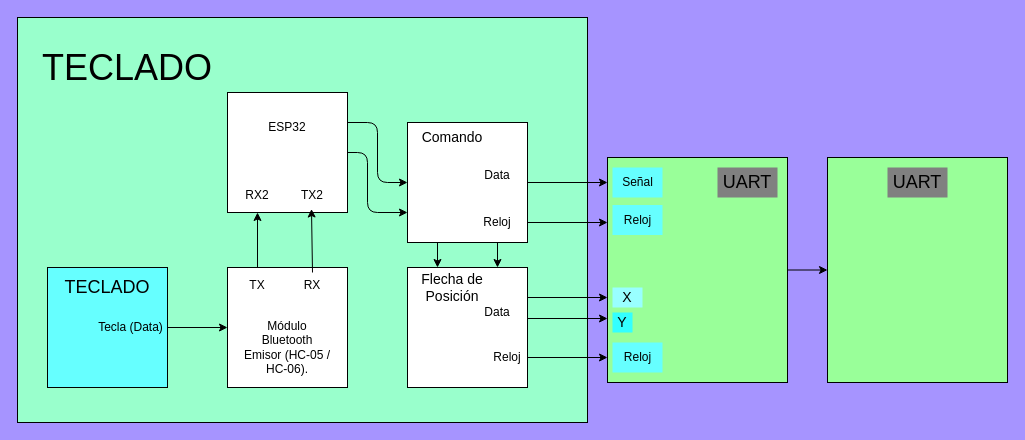
Above: retro_paint/diagrams/read_teclado.drawio in safehehe/PTSD1 (draw.io), before the change. Source tidied: cells renumbered, new cells numbered last; positions are measured from the earlier drawing's top-left corner, leaving out a move shared by most shapes. Both pictures are drawn from the tidied source at 100%, with x=0, y=0 at pixel (17, 17).
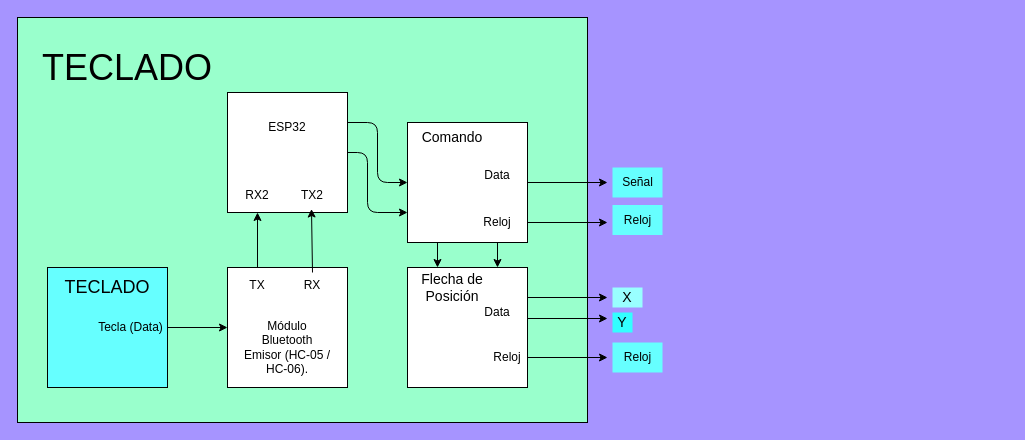
After the change.

Diff of the diagram source:
```diff
@@
-    <mxCell id="2" style="edgeStyle=none;html=1;entryX=0;entryY=0.5;entryDx=0;entryDy=0;" parent="1" edge="1" source="3" target="43">
-      <mxGeometry relative="1" as="geometry" />
-    </mxCell>
-    <mxCell id="3" style="rounded=0;whiteSpace=wrap;html=1;fillColor=#99FF99;" parent="1" vertex="1">
-      <mxGeometry x="590" y="140" width="180" height="225" as="geometry" />
-    </mxCell>
@@
-    <mxCell id="42" value="&lt;font style=&quot;font-size: 18px;&quot;&gt;UART&lt;/font&gt;" style="text;html=1;align=center;verticalAlign=middle;whiteSpace=wrap;rounded=0;fillColor=#808080;" parent="1" vertex="1">
-      <mxGeometry x="700" y="150" width="60" height="30" as="geometry" />
-    </mxCell>
-    <mxCell id="43" style="rounded=0;whiteSpace=wrap;html=1;fillColor=#99FF99;" parent="1" vertex="1">
-      <mxGeometry x="810" y="140" width="180" height="225" as="geometry" />
-    </mxCell>
-    <mxCell id="44" value="&lt;font style=&quot;font-size: 18px;&quot;&gt;UART&lt;/font&gt;" style="text;html=1;align=center;verticalAlign=middle;whiteSpace=wrap;rounded=0;fillColor=#808080;" parent="1" vertex="1">
-      <mxGeometry x="870" y="150" width="60" height="30" as="geometry" />
-    </mxCell>
```
